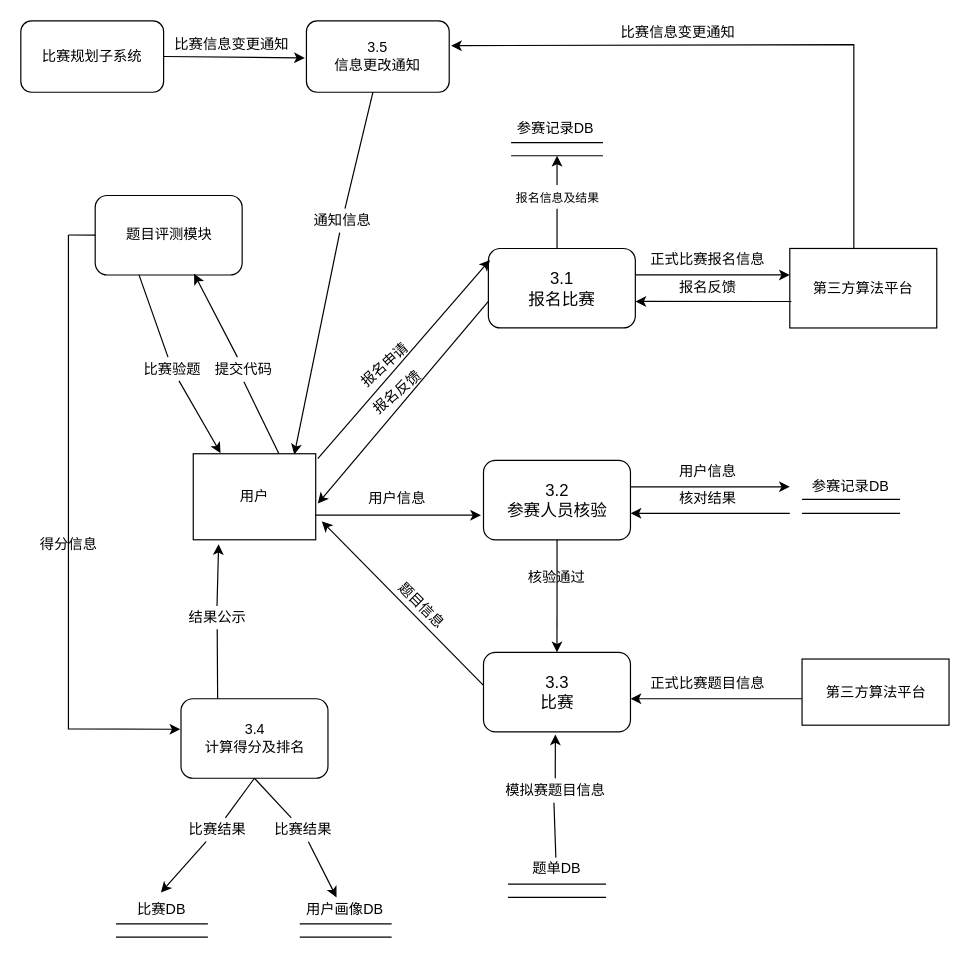
Above: 分析文档/2.1比赛信息.drawio in 12MegaA21/CodeCode (draw.io), before the change. Source tidied: cells renumbered, new cells numbered last; positions are measured from the earlier drawing's top-left corner, leaving out a move shared by most shapes. Both pictures are drawn from the tidied source at 119%, with x=0, y=0 at pixel (20, 20).
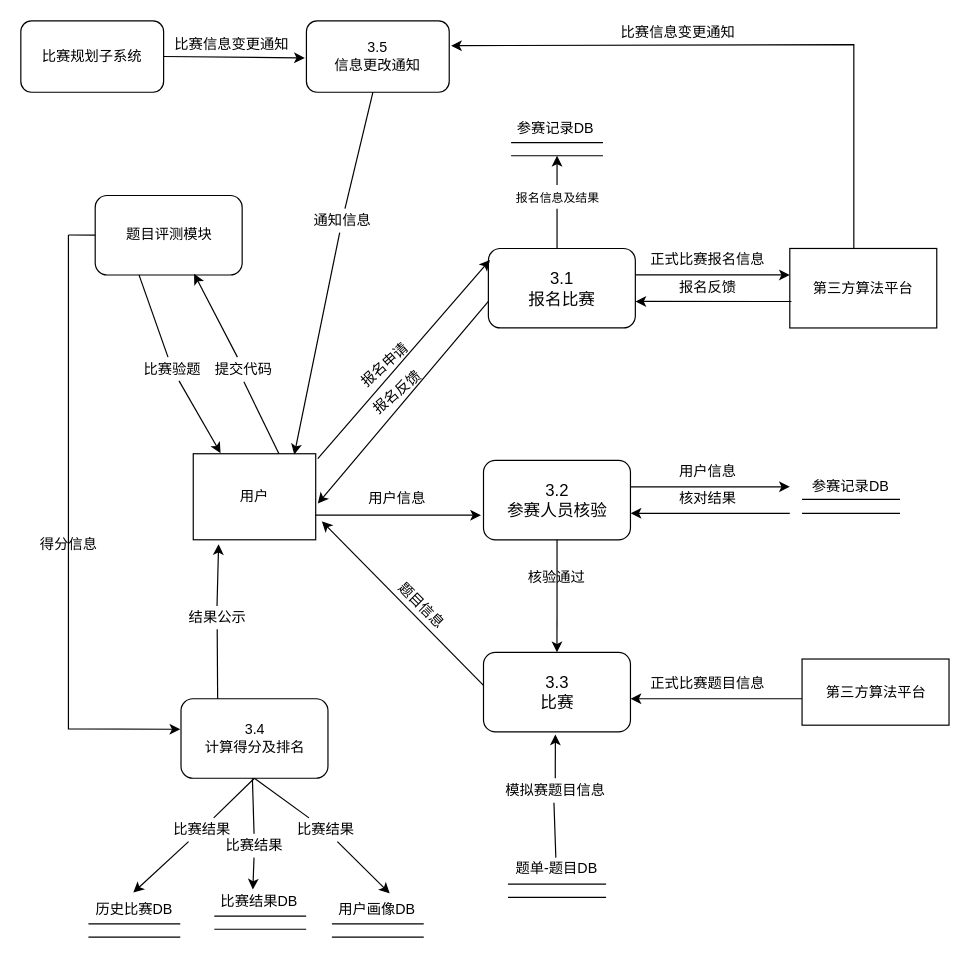
The same page after the edit.

The change refers to these unchanged cells:
```xml
<mxCell id="22" value="用户画像DB" style="text;html=1;align=center;verticalAlign=middle;points=[];fillColor=none;strokeColor=none;rounded=0;fontSize=12;" parent="19" vertex="1">
  <mxGeometry width="80" height="20" as="geometry" />
</mxCell>
```

Diff of the diagram source:
```diff
@@
     <mxCell id="11" value="比赛结果" style="text;html=1;align=center;verticalAlign=middle;points=[];fillColor=none;strokeColor=none;rounded=0;fontSize=12;" parent="1" vertex="1">
-      <mxGeometry x="134.6" y="669.8" width="60" height="20" as="geometry" />
+      <mxGeometry x="121.8" y="669.8" width="60" height="20" as="geometry" />
     </mxCell>
@@
     <mxCell id="13" style="group;" parent="1" vertex="1">
-      <mxGeometry x="80" y="736.6" width="77.2" height="33.4" as="geometry" />
+      <mxGeometry x="56.8" y="736.6" width="77.7" height="33.4" as="geometry" />
     </mxCell>
@@
-    <mxCell id="16" value="比赛DB" style="text;html=1;align=center;verticalAlign=middle;points=[];fillColor=none;strokeColor=none;rounded=0;fontSize=12;" parent="13" vertex="1">
-      <mxGeometry x="7.7" width="60" height="20" as="geometry" />
+    <mxCell id="16" value="历史比赛DB" style="text;html=1;align=center;verticalAlign=middle;points=[];fillColor=none;strokeColor=none;rounded=0;fontSize=12;" parent="13" vertex="1">
+      <mxGeometry x="-2.3" width="80" height="20" as="geometry" />
     </mxCell>
@@
-    <mxCell id="18" style="endArrow=classic;html=1;rounded=0;startArrow=none;" parent="1" edge="1" source="23">
-      <mxGeometry relative="1" as="geometry">
-        <mxPoint x="265.3" y="736.6" as="targetPoint" />
-      </mxGeometry>
+    <mxCell id="18" style="endArrow=classic;html=1;rounded=0;startArrow=none;entryX=0.64;entryY=-0.164;entryDx=0;entryDy=0;entryPerimeter=0;" parent="1" edge="1" source="23" target="22">
+      <mxGeometry relative="1" as="geometry" />
     </mxCell>
     <mxCell id="19" style="group;" parent="1" vertex="1">
-      <mxGeometry x="231.8" y="736.6" width="82.4" height="33.4" as="geometry" />
+      <mxGeometry x="258.8" y="736.6" width="82.4" height="33.4" as="geometry" />
     </mxCell>
@@
     <mxCell id="23" value="比赛结果" style="text;html=1;align=center;verticalAlign=middle;points=[];fillColor=none;strokeColor=none;rounded=0;fontSize=12;" parent="1" vertex="1">
-      <mxGeometry x="206.6" y="669.8" width="60" height="20" as="geometry" />
+      <mxGeometry x="225.9" y="669.8" width="60" height="20" as="geometry" />
     </mxCell>
@@
-    <mxCell id="37" value="题单DB" style="text;html=1;align=center;verticalAlign=middle;fillColor=none;strokeColor=none;rounded=0;fontSize=12;" parent="1" vertex="1">
-      <mxGeometry x="419.7" y="703.2" width="60" height="20" as="geometry" />
+    <mxCell id="37" value="题单-题目DB" style="text;html=1;align=center;verticalAlign=middle;fillColor=none;strokeColor=none;rounded=0;fontSize=12;" parent="1" vertex="1">
+      <mxGeometry x="409.7" y="703.2" width="80" height="20" as="geometry" />
     </mxCell>
@@
+    <mxCell id="80" style="endArrow=classic;html=1;rounded=0;startArrow=none;" parent="1" edge="1" source="85">
+      <mxGeometry relative="1" as="geometry">
+        <mxPoint x="195" y="730" as="targetPoint" />
+      </mxGeometry>
+    </mxCell>
+    <mxCell id="81" style="group;" parent="1" vertex="1">
+      <mxGeometry x="160" y="730" width="82.4" height="33.4" as="geometry" />
+    </mxCell>
+    <mxCell id="82" style="endArrow=none;html=1;rounded=0;fontSize=12;" parent="81" edge="1">
+      <mxGeometry relative="1" as="geometry">
+        <mxPoint x="2.6" y="22.3" as="sourcePoint" />
+        <mxPoint x="79.8" y="22.3" as="targetPoint" />
+      </mxGeometry>
+    </mxCell>
+    <mxCell id="83" style="endArrow=none;html=1;rounded=0;fontSize=12;" parent="81" edge="1">
+      <mxGeometry relative="1" as="geometry">
+        <mxPoint x="2.6" y="33.4" as="sourcePoint" />
+        <mxPoint x="79.8" y="33.4" as="targetPoint" />
+      </mxGeometry>
+    </mxCell>
+    <mxCell id="84" value="比赛结果DB" style="text;html=1;align=center;verticalAlign=middle;fillColor=none;strokeColor=none;rounded=0;fontSize=12;" parent="81" vertex="1">
+      <mxGeometry width="80" height="20" as="geometry" />
+    </mxCell>
+    <mxCell id="85" value="比赛结果" style="text;html=1;align=center;verticalAlign=middle;points=[];fillColor=none;strokeColor=none;rounded=0;fontSize=12;" parent="1" vertex="1">
+      <mxGeometry x="166.3" y="683.2" width="60" height="20" as="geometry" />
+    </mxCell>
+    <mxCell id="86" style="endArrow=none;html=1;rounded=0;" parent="1" edge="1" target="85">
+      <mxGeometry relative="1" as="geometry">
+        <mxPoint x="194.6" y="636.5" as="sourcePoint" />
+      </mxGeometry>
+    </mxCell>
```
